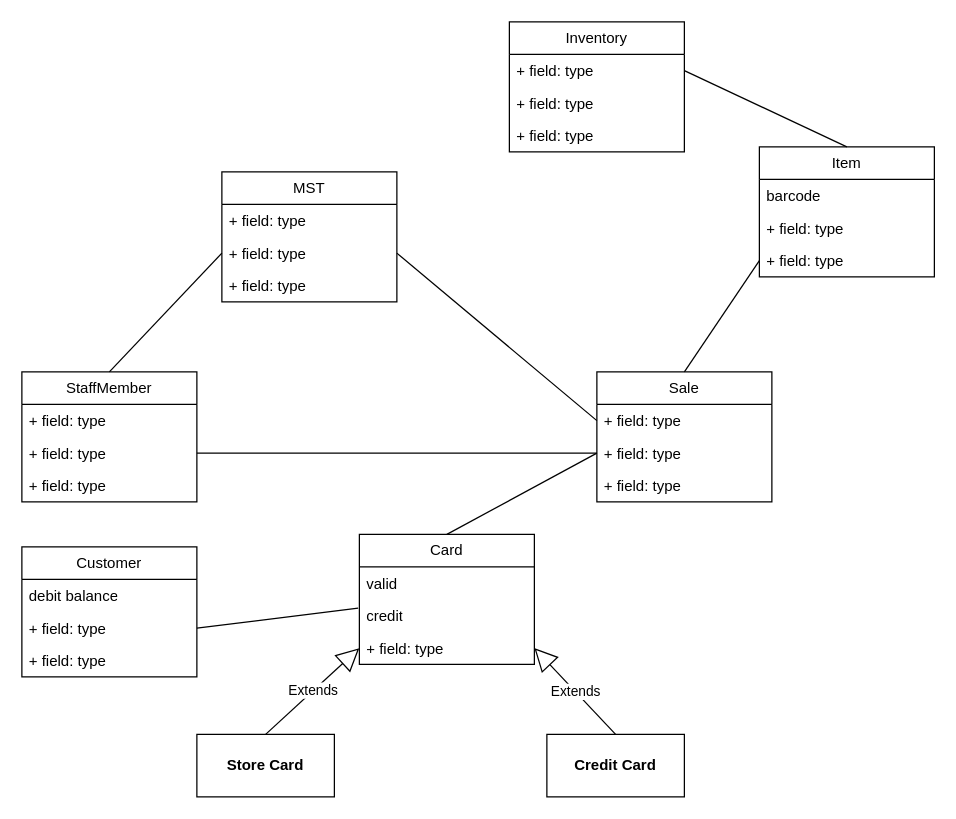
Earlier version of the draw.io diagram workshop5-week6.drawio (antonykimuom/SWEN30006-2025-SM1-workshop1-tuew05-14-00-team-12). Source tidied: cells renumbered, new cells numbered last; positions are measured from the earlier drawing's top-left corner, leaving out a move shared by most shapes. Both pictures are drawn from the tidied source at 125%, with x=0, y=0 at pixel (21, 21).
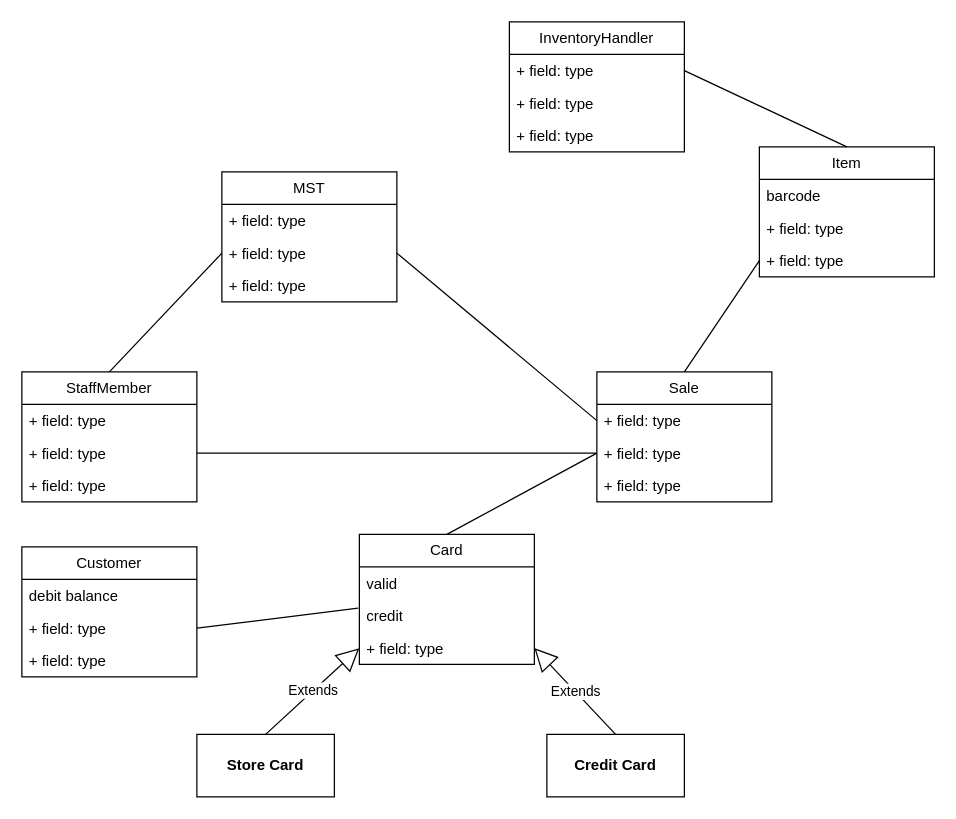
Above is the later version.

Commit message:
changed class name

The edit, as a diff of the source:
```diff
@@
-    <mxCell id="36" value="Inventory" style="swimlane;fontStyle=0;horizontal=1;startSize=26;fillColor=none;whiteSpace=wrap;html=1;" parent="1" vertex="1">
+    <mxCell id="36" value="InventoryHandler" style="swimlane;fontStyle=0;horizontal=1;startSize=26;fillColor=none;whiteSpace=wrap;html=1;" parent="1" vertex="1">
       <mxGeometry x="390" width="140" height="104" as="geometry" />
     </mxCell>
```
